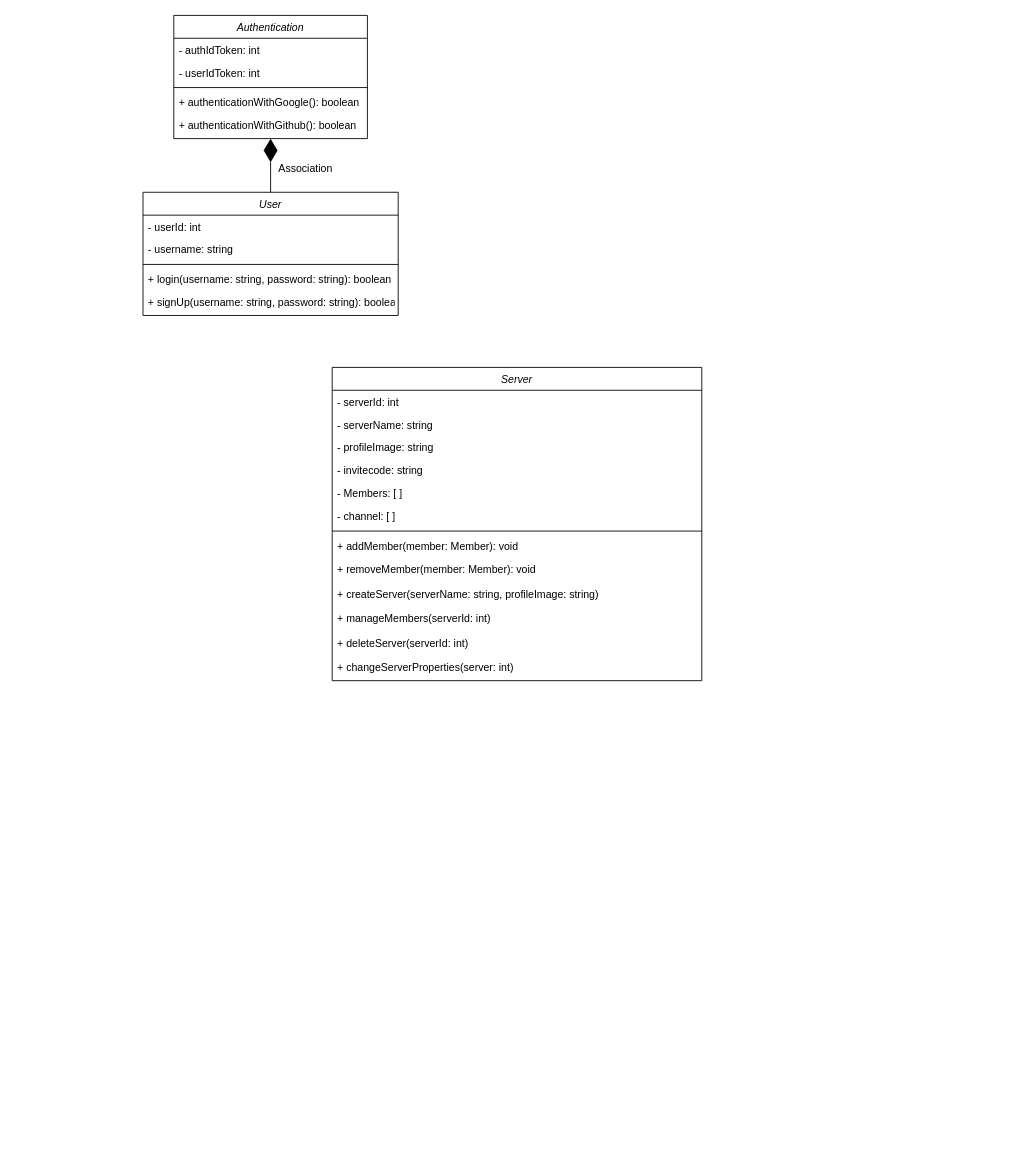
Before: Class Diagram.drawio in Harshul1484/BMP-, a draw.io diagram. Source tidied: cells renumbered, new cells numbered last; positions are measured from the earlier drawing's top-left corner, leaving out a move shared by most shapes. Both pictures are drawn from the tidied source at 88%, with x=0, y=0 at pixel (143, 15).
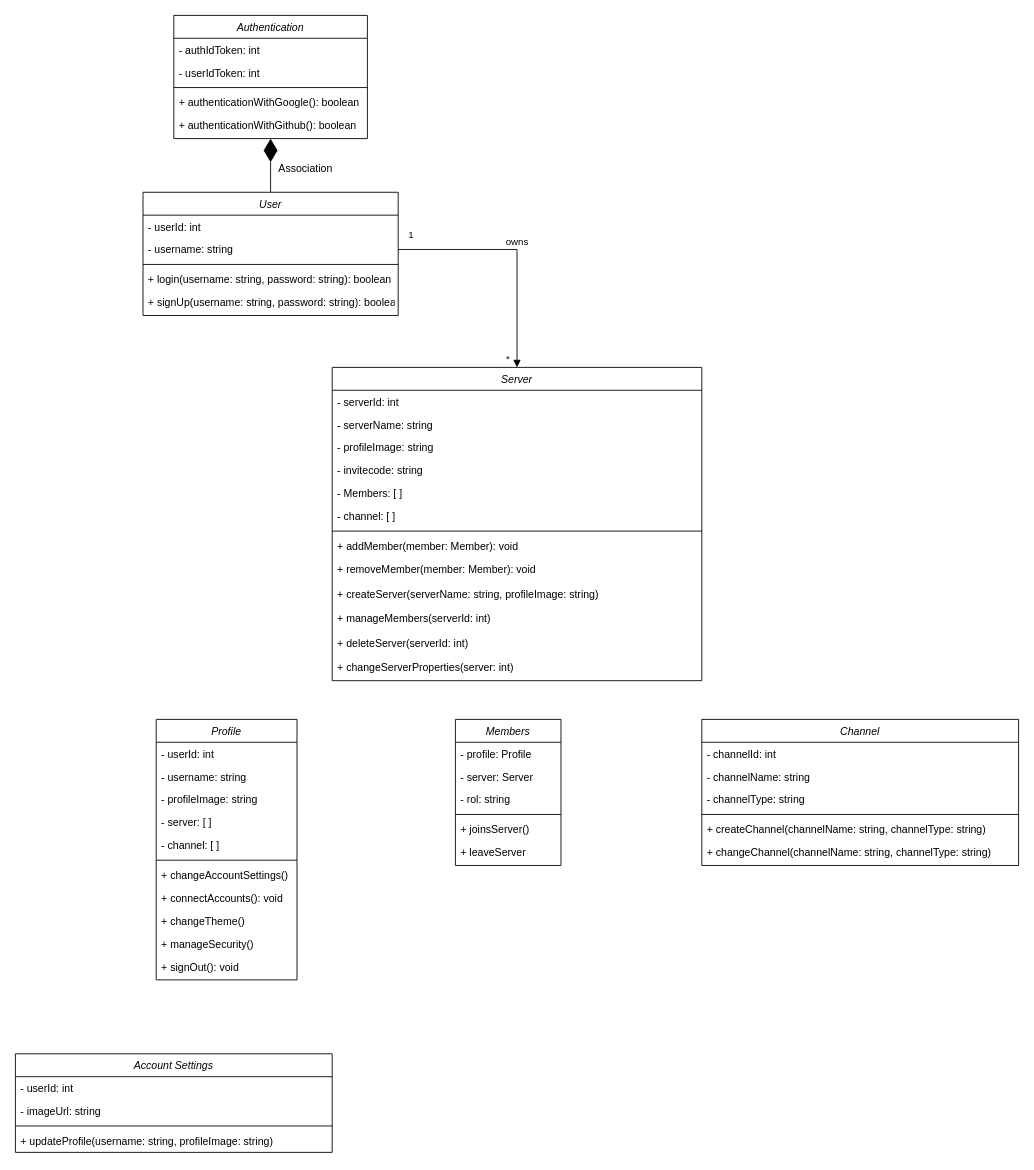
After the change.

Unchanged cells that the change refers to:
```xml
<mxCell id="10" value="- username: string" style="text;align=left;verticalAlign=top;spacingLeft=4;spacingRight=4;overflow=hidden;points=[[0,0.5],[1,0.5]];portConstraint=eastwest;rounded=0;shadow=0;html=0;" parent="8" vertex="1">
  <mxGeometry y="52" width="290" height="26" as="geometry" />
</mxCell>
<mxCell id="16" value="Server" style="swimlane;fontStyle=2;align=center;verticalAlign=top;horizontal=1;startSize=26;rounded=0;shadow=0;strokeWidth=1;" parent="1" vertex="1">
  <mxGeometry x="215" y="400" width="420" height="356" as="geometry" />
</mxCell>
```

Change to the diagram source:
```diff
@@
+    <mxCell id="30" value="owns" style="html=1;verticalAlign=bottom;endArrow=block;curved=0;rounded=0;exitX=1;exitY=0.5;exitDx=0;exitDy=0;entryX=0.5;entryY=0;entryDx=0;entryDy=0;" parent="1" edge="1" source="10" target="16">
+      <mxGeometry relative="1" as="geometry">
+        <Array as="points">
+          <mxPoint x="425" y="266" />
+        </Array>
+      </mxGeometry>
+    </mxCell>
+    <mxCell id="31" value="&lt;font style=&quot;font-size: 11px;&quot;&gt;1&lt;/font&gt;" style="text;html=1;align=center;verticalAlign=middle;whiteSpace=wrap;rounded=0;" parent="1" vertex="1">
+      <mxGeometry x="295" y="240" width="20" height="20" as="geometry" />
+    </mxCell>
+    <mxCell id="32" value="&lt;font style=&quot;font-size: 11px;&quot;&gt;*&lt;/font&gt;" style="text;html=1;align=center;verticalAlign=middle;whiteSpace=wrap;rounded=0;" parent="1" vertex="1">
+      <mxGeometry x="405" y="380" width="20" height="20" as="geometry" />
+    </mxCell>
+    <mxCell id="33" value="Channel" style="swimlane;fontStyle=2;align=center;verticalAlign=top;horizontal=1;startSize=26;rounded=0;shadow=0;strokeWidth=1;" parent="1" vertex="1">
+      <mxGeometry x="635" y="800" width="360" height="166" as="geometry" />
+    </mxCell>
+    <mxCell id="34" value="- channelId: int" style="text;align=left;verticalAlign=top;spacingLeft=4;spacingRight=4;overflow=hidden;" parent="33" vertex="1">
+      <mxGeometry y="26" width="360" height="26" as="geometry" />
+    </mxCell>
+    <mxCell id="35" value="- channelName: string" style="text;align=left;verticalAlign=top;spacingLeft=4;spacingRight=4;overflow=hidden;rounded=0;shadow=0;html=0;" parent="33" vertex="1">
+      <mxGeometry y="52" width="360" height="26" as="geometry" />
+    </mxCell>
+    <mxCell id="36" value="- channelType: string" style="text;align=left;verticalAlign=top;spacingLeft=4;spacingRight=4;overflow=hidden;rounded=0;shadow=0;html=0;" parent="33" vertex="1">
+      <mxGeometry y="78" width="360" height="26" as="geometry" />
+    </mxCell>
+    <mxCell id="37" style="line;html=1;strokeWidth=1;align=left;verticalAlign=middle;spacingTop=-1;spacingLeft=3;spacingRight=3;labelPosition=right;" parent="33" vertex="1">
+      <mxGeometry y="104" width="360" height="8" as="geometry" />
+    </mxCell>
+    <mxCell id="38" value="+ createChannel(channelName: string, channelType: string)" style="text;align=left;verticalAlign=top;spacingLeft=4;spacingRight=4;overflow=hidden;" parent="33" vertex="1">
+      <mxGeometry y="112" width="360" height="26" as="geometry" />
+    </mxCell>
+    <mxCell id="39" value="+ changeChannel(channelName: string, channelType: string)" style="text;align=left;verticalAlign=top;spacingLeft=4;spacingRight=4;overflow=hidden;" parent="33" vertex="1">
+      <mxGeometry y="138" width="360" height="28" as="geometry" />
+    </mxCell>
+    <mxCell id="40" value="Profile" style="swimlane;fontStyle=2;align=center;verticalAlign=top;horizontal=1;startSize=26;rounded=0;shadow=0;strokeWidth=1;" parent="1" vertex="1">
+      <mxGeometry x="15" y="800" width="160" height="296" as="geometry" />
+    </mxCell>
+    <mxCell id="41" value="- userId: int" style="text;align=left;verticalAlign=top;spacingLeft=4;spacingRight=4;overflow=hidden;" parent="40" vertex="1">
+      <mxGeometry y="26" width="160" height="26" as="geometry" />
+    </mxCell>
+    <mxCell id="42" value="- username: string" style="text;align=left;verticalAlign=top;spacingLeft=4;spacingRight=4;overflow=hidden;rounded=0;shadow=0;html=0;" parent="40" vertex="1">
+      <mxGeometry y="52" width="160" height="26" as="geometry" />
+    </mxCell>
+    <mxCell id="43" value="- profileImage: string" style="text;align=left;verticalAlign=top;spacingLeft=4;spacingRight=4;overflow=hidden;rounded=0;shadow=0;html=0;" parent="40" vertex="1">
+      <mxGeometry y="78" width="160" height="26" as="geometry" />
+    </mxCell>
+    <mxCell id="44" value="- server: [ ]" style="text;align=left;verticalAlign=top;spacingLeft=4;spacingRight=4;overflow=hidden;rounded=0;shadow=0;html=0;" parent="40" vertex="1">
+      <mxGeometry y="104" width="160" height="26" as="geometry" />
+    </mxCell>
+    <mxCell id="45" value="- channel: [ ]" style="text;align=left;verticalAlign=top;spacingLeft=4;spacingRight=4;overflow=hidden;points=[[0,0.5],[1,0.5]];portConstraint=eastwest;rounded=0;shadow=0;html=0;" parent="40" vertex="1">
+      <mxGeometry y="130" width="160" height="26" as="geometry" />
+    </mxCell>
+    <mxCell id="46" style="line;html=1;strokeWidth=1;align=left;verticalAlign=middle;spacingTop=-1;spacingLeft=3;spacingRight=3;labelPosition=right;" parent="40" vertex="1">
+      <mxGeometry y="156" width="160" height="8" as="geometry" />
+    </mxCell>
+    <mxCell id="47" value="+ changeAccountSettings()" style="text;align=left;verticalAlign=top;spacingLeft=4;spacingRight=4;overflow=hidden;" parent="40" vertex="1">
+      <mxGeometry y="164" width="160" height="26" as="geometry" />
+    </mxCell>
+    <mxCell id="48" value="+ connectAccounts(): void" style="text;align=left;verticalAlign=top;spacingLeft=4;spacingRight=4;overflow=hidden;" parent="40" vertex="1">
+      <mxGeometry y="190" width="160" height="26" as="geometry" />
+    </mxCell>
+    <mxCell id="49" value="+ changeTheme()" style="text;align=left;verticalAlign=top;spacingLeft=4;spacingRight=4;overflow=hidden;" parent="40" vertex="1">
+      <mxGeometry y="216" width="160" height="26" as="geometry" />
+    </mxCell>
+    <mxCell id="50" value="+ manageSecurity()" style="text;align=left;verticalAlign=top;spacingLeft=4;spacingRight=4;overflow=hidden;" parent="40" vertex="1">
+      <mxGeometry y="242" width="160" height="26" as="geometry" />
+    </mxCell>
+    <mxCell id="51" value="+ signOut(): void" style="text;align=left;verticalAlign=top;spacingLeft=4;spacingRight=4;overflow=hidden;" parent="40" vertex="1">
+      <mxGeometry y="268" width="160" height="28" as="geometry" />
+    </mxCell>
+    <mxCell id="52" style="edgeStyle=orthogonalEdgeStyle;rounded=0;orthogonalLoop=1;jettySize=auto;html=1;exitX=1;exitY=0.5;exitDx=0;exitDy=0;" parent="40" edge="1" source="45" target="45">
+      <mxGeometry relative="1" as="geometry" />
+    </mxCell>
+    <mxCell id="53" value="Members" style="swimlane;fontStyle=2;align=center;verticalAlign=top;horizontal=1;startSize=26;rounded=0;shadow=0;strokeWidth=1;" parent="1" vertex="1">
+      <mxGeometry x="355" y="800" width="120" height="166" as="geometry" />
+    </mxCell>
+    <mxCell id="54" value="- profile: Profile" style="text;align=left;verticalAlign=top;spacingLeft=4;spacingRight=4;overflow=hidden;" parent="53" vertex="1">
+      <mxGeometry y="26" width="120" height="26" as="geometry" />
+    </mxCell>
+    <mxCell id="55" value="- server: Server" style="text;align=left;verticalAlign=top;spacingLeft=4;spacingRight=4;overflow=hidden;rounded=0;shadow=0;html=0;" parent="53" vertex="1">
+      <mxGeometry y="52" width="120" height="26" as="geometry" />
+    </mxCell>
+    <mxCell id="56" value="- rol: string" style="text;align=left;verticalAlign=top;spacingLeft=4;spacingRight=4;overflow=hidden;rounded=0;shadow=0;html=0;" parent="53" vertex="1">
+      <mxGeometry y="78" width="120" height="26" as="geometry" />
+    </mxCell>
+    <mxCell id="57" style="line;html=1;strokeWidth=1;align=left;verticalAlign=middle;spacingTop=-1;spacingLeft=3;spacingRight=3;labelPosition=right;" parent="53" vertex="1">
+      <mxGeometry y="104" width="120" height="8" as="geometry" />
+    </mxCell>
+    <mxCell id="58" value="+ joinsServer()" style="text;align=left;verticalAlign=top;spacingLeft=4;spacingRight=4;overflow=hidden;" parent="53" vertex="1">
+      <mxGeometry y="112" width="120" height="26" as="geometry" />
+    </mxCell>
+    <mxCell id="59" value="+ leaveServer" style="text;align=left;verticalAlign=top;spacingLeft=4;spacingRight=4;overflow=hidden;" parent="53" vertex="1">
+      <mxGeometry y="138" width="120" height="28" as="geometry" />
+    </mxCell>
+    <mxCell id="60" value="Account Settings" style="swimlane;fontStyle=2;align=center;verticalAlign=top;horizontal=1;startSize=26;rounded=0;shadow=0;strokeWidth=1;" parent="1" vertex="1">
+      <mxGeometry x="-145" y="1180" width="360" height="112" as="geometry" />
+    </mxCell>
+    <mxCell id="61" value="- userId: int" style="text;align=left;verticalAlign=top;spacingLeft=4;spacingRight=4;overflow=hidden;" parent="60" vertex="1">
+      <mxGeometry y="26" width="360" height="26" as="geometry" />
+    </mxCell>
+    <mxCell id="62" value="- imageUrl: string" style="text;align=left;verticalAlign=top;spacingLeft=4;spacingRight=4;overflow=hidden;rounded=0;shadow=0;html=0;" parent="60" vertex="1">
+      <mxGeometry y="52" width="360" height="26" as="geometry" />
+    </mxCell>
+    <mxCell id="63" style="line;html=1;strokeWidth=1;align=left;verticalAlign=middle;spacingTop=-1;spacingLeft=3;spacingRight=3;labelPosition=right;" parent="60" vertex="1">
+      <mxGeometry y="78" width="360" height="8" as="geometry" />
+    </mxCell>
+    <mxCell id="64" value="+ updateProfile(username: string, profileImage: string)" style="text;align=left;verticalAlign=top;spacingLeft=4;spacingRight=4;overflow=hidden;" parent="60" vertex="1">
+      <mxGeometry y="86" width="360" height="26" as="geometry" />
+    </mxCell>
```
